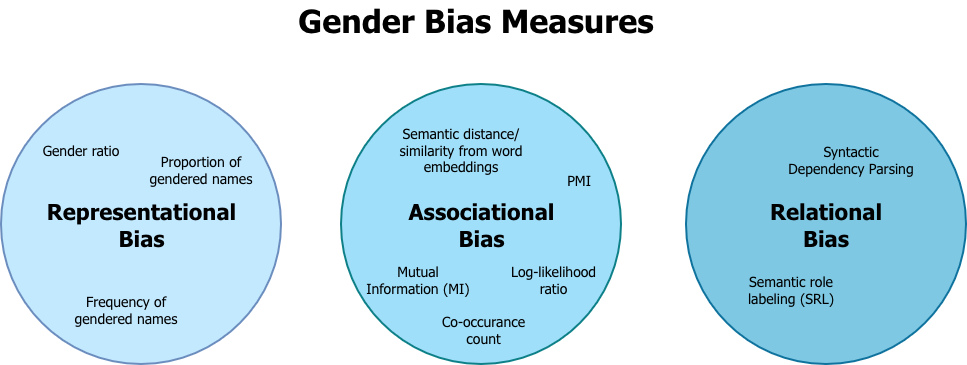
Idun9000/Gender-Stereotypes-in-LLM-generated-short-stories keeps this draw.io diagram as results/figures/raw_model_gender_bias_measures.drawio(1).png. Above is the earlier version. Source tidied: cells renumbered, new cells last; positions are measured from the earlier drawing's top-left corner, leaving out a move shared by most shapes. Source of this version:
```xml
<mxGraphModel>
  <root>
    <mxCell id="0" />
    <mxCell id="1" parent="0" />
    <mxCell id="2" value="&lt;font&gt;&lt;b&gt;&lt;font style=&quot;font-size: 32px;&quot;&gt;Gender Bias Measures&lt;/font&gt;&lt;/b&gt;&lt;/font&gt;" style="text;html=1;whiteSpace=wrap;strokeColor=none;fillColor=none;align=center;verticalAlign=middle;rounded=0;fontFamily=Tahoma;" parent="1" vertex="1">
      <mxGeometry x="275" width="400" height="30" as="geometry" />
    </mxCell>
    <mxCell id="3" style="ellipse;whiteSpace=wrap;html=1;fillColor=light-dark(#C3E9FF,#1D293B);strokeColor=#6c8ebf;strokeWidth=2;fontFamily=Tahoma;" parent="1" vertex="1">
      <mxGeometry y="80" width="280" height="280" as="geometry" />
    </mxCell>
    <mxCell id="4" style="ellipse;whiteSpace=wrap;html=1;fillColor=light-dark(#A0DFF9,#103C3F);strokeColor=#0e8088;strokeWidth=2;fontFamily=Tahoma;" parent="1" vertex="1">
      <mxGeometry x="340" y="80" width="280" height="280" as="geometry" />
    </mxCell>
    <mxCell id="5" style="ellipse;whiteSpace=wrap;html=1;fillColor=light-dark(#7EC8E3,#173D4D);strokeColor=#10739e;strokeWidth=2;fontFamily=Tahoma;" parent="1" vertex="1">
      <mxGeometry x="685" y="80" width="280" height="280" as="geometry" />
    </mxCell>
    <mxCell id="6" value="&lt;font style=&quot;font-size: 22px;&quot;&gt;&lt;b style=&quot;color: rgb(0, 0, 0);&quot;&gt;&lt;font&gt;Representational Bias&lt;/font&gt;&lt;/b&gt;&lt;/font&gt;" style="text;html=1;whiteSpace=wrap;strokeColor=none;fillColor=none;align=center;verticalAlign=middle;rounded=0;fontFamily=Tahoma;" parent="1" vertex="1">
      <mxGeometry x="52.5" y="205" width="175" height="30" as="geometry" />
    </mxCell>
    <mxCell id="7" value="&lt;font style=&quot;color: rgb(0, 0, 0); font-size: 22px;&quot;&gt;&lt;b&gt;Associational Bias&lt;/b&gt;&lt;/font&gt;" style="text;html=1;whiteSpace=wrap;strokeColor=none;fillColor=none;align=center;verticalAlign=middle;rounded=0;fontFamily=Tahoma;labelBorderColor=none;textShadow=0;labelBackgroundColor=none;fontStyle=0;" parent="1" vertex="1">
      <mxGeometry x="412.5" y="205" width="135" height="30" as="geometry" />
    </mxCell>
    <mxCell id="8" value="&lt;font style=&quot;color: rgb(0, 0, 0); font-size: 22px;&quot;&gt;&lt;b&gt;Relational Bias&lt;/b&gt;&lt;/font&gt;" style="text;html=1;whiteSpace=wrap;strokeColor=none;fillColor=none;align=center;verticalAlign=middle;rounded=0;fontFamily=Tahoma;" parent="1" vertex="1">
      <mxGeometry x="760" y="205" width="130" height="30" as="geometry" />
    </mxCell>
    <mxCell id="9" value="&lt;font style=&quot;font-size: 14px;&quot;&gt;Frequency of gendered names&lt;/font&gt;" style="text;html=1;whiteSpace=wrap;strokeColor=none;fillColor=none;align=center;verticalAlign=middle;rounded=0;fontFamily=Tahoma;" parent="1" vertex="1">
      <mxGeometry x="65" y="290" width="120" height="30" as="geometry" />
    </mxCell>
    <mxCell id="10" value="&lt;font style=&quot;font-size: 14px;&quot;&gt;Proportion of gendered names&lt;/font&gt;" style="text;html=1;whiteSpace=wrap;strokeColor=none;fillColor=none;align=center;verticalAlign=middle;rounded=0;fontFamily=Tahoma;" parent="1" vertex="1">
      <mxGeometry x="145" y="150" width="110" height="30" as="geometry" />
    </mxCell>
    <mxCell id="11" value="&lt;div&gt;&lt;font style=&quot;font-size: 14px;&quot;&gt;Gender ratio&lt;/font&gt;&lt;/div&gt;" style="text;html=1;whiteSpace=wrap;strokeColor=none;fillColor=none;align=center;verticalAlign=middle;rounded=0;fontFamily=Tahoma;" parent="1" vertex="1">
      <mxGeometry x="35" y="130" width="90" height="30" as="geometry" />
    </mxCell>
    <mxCell id="12" value="&lt;font style=&quot;font-size: 14px;&quot;&gt;PMI&lt;/font&gt;" style="text;html=1;whiteSpace=wrap;strokeColor=none;fillColor=none;align=center;verticalAlign=middle;rounded=0;fontFamily=Tahoma;" parent="1" vertex="1">
      <mxGeometry x="547.5" y="160" width="60" height="30" as="geometry" />
    </mxCell>
    <mxCell id="13" value="&lt;font style=&quot;font-size: 14px;&quot;&gt;Semantic distance/similarity from word embeddings&lt;/font&gt;" style="text;html=1;whiteSpace=wrap;strokeColor=none;fillColor=none;align=center;verticalAlign=middle;rounded=0;fontFamily=Tahoma;" parent="1" vertex="1">
      <mxGeometry x="390" y="130" width="140" height="30" as="geometry" />
    </mxCell>
    <mxCell id="14" value="&lt;font style=&quot;font-size: 14px;&quot;&gt;Mutual Information (MI)&lt;/font&gt;" style="text;html=1;whiteSpace=wrap;strokeColor=none;fillColor=none;align=center;verticalAlign=middle;rounded=0;fontFamily=Tahoma;" parent="1" vertex="1">
      <mxGeometry x="362" y="260" width="110" height="30" as="geometry" />
    </mxCell>
    <mxCell id="15" value="&lt;font style=&quot;font-size: 14px;&quot;&gt;Co-occurance count&lt;/font&gt;" style="text;html=1;whiteSpace=wrap;strokeColor=none;fillColor=none;align=center;verticalAlign=middle;rounded=0;fontFamily=Tahoma;" parent="1" vertex="1">
      <mxGeometry x="425" y="310" width="115" height="30" as="geometry" />
    </mxCell>
    <mxCell id="16" value="&lt;font style=&quot;font-size: 14px;&quot;&gt;Log-likelihood ratio&lt;/font&gt;" style="text;html=1;whiteSpace=wrap;strokeColor=none;fillColor=none;align=center;verticalAlign=middle;rounded=0;fontFamily=Tahoma;" parent="1" vertex="1">
      <mxGeometry x="505" y="260" width="95" height="30" as="geometry" />
    </mxCell>
    <mxCell id="17" value="&lt;div&gt;&lt;font style=&quot;font-size: 14px;&quot;&gt;Syntactic Dependency Parsing&lt;/font&gt;&lt;/div&gt;" style="text;html=1;whiteSpace=wrap;strokeColor=none;fillColor=none;align=center;verticalAlign=middle;rounded=0;fontFamily=Tahoma;" parent="1" vertex="1">
      <mxGeometry x="785" y="140" width="130" height="30" as="geometry" />
    </mxCell>
    <mxCell id="18" value="&lt;font style=&quot;font-size: 14px;&quot;&gt;Semantic role labeling (SRL)&lt;/font&gt;" style="text;html=1;whiteSpace=wrap;strokeColor=none;fillColor=none;align=center;verticalAlign=middle;rounded=0;fontFamily=Tahoma;" parent="1" vertex="1">
      <mxGeometry x="725" y="270" width="130" height="30" as="geometry" />
    </mxCell>
  </root>
</mxGraphModel>
```
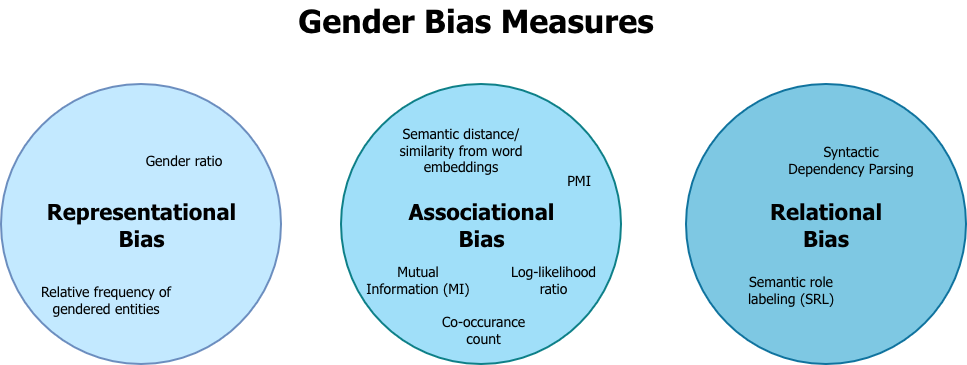
After the commit.

Diff of the diagram source:
```diff
@@ -23,14 +23,11 @@
     <mxCell id="8" value="&lt;font style=&quot;color: rgb(0, 0, 0); font-size: 22px;&quot;&gt;&lt;b&gt;Relational Bias&lt;/b&gt;&lt;/font&gt;" style="text;html=1;whiteSpace=wrap;strokeColor=none;fillColor=none;align=center;verticalAlign=middle;rounded=0;fontFamily=Tahoma;" parent="1" vertex="1">
       <mxGeometry x="760" y="205" width="130" height="30" as="geometry" />
     </mxCell>
-    <mxCell id="9" value="&lt;font style=&quot;font-size: 14px;&quot;&gt;Frequency of gendered names&lt;/font&gt;" style="text;html=1;whiteSpace=wrap;strokeColor=none;fillColor=none;align=center;verticalAlign=middle;rounded=0;fontFamily=Tahoma;" parent="1" vertex="1">
-      <mxGeometry x="65" y="290" width="120" height="30" as="geometry" />
+    <mxCell id="9" value="&lt;font style=&quot;font-size: 14px;&quot;&gt;Relative frequency of gendered entities&lt;/font&gt;" style="text;html=1;whiteSpace=wrap;strokeColor=none;fillColor=none;align=center;verticalAlign=middle;rounded=0;fontFamily=Tahoma;" parent="1" vertex="1">
+      <mxGeometry x="35" y="280" width="140" height="30" as="geometry" />
     </mxCell>
-    <mxCell id="10" value="&lt;font style=&quot;font-size: 14px;&quot;&gt;Proportion of gendered names&lt;/font&gt;" style="text;html=1;whiteSpace=wrap;strokeColor=none;fillColor=none;align=center;verticalAlign=middle;rounded=0;fontFamily=Tahoma;" parent="1" vertex="1">
-      <mxGeometry x="145" y="150" width="110" height="30" as="geometry" />
-    </mxCell>
     <mxCell id="11" value="&lt;div&gt;&lt;font style=&quot;font-size: 14px;&quot;&gt;Gender ratio&lt;/font&gt;&lt;/div&gt;" style="text;html=1;whiteSpace=wrap;strokeColor=none;fillColor=none;align=center;verticalAlign=middle;rounded=0;fontFamily=Tahoma;" parent="1" vertex="1">
-      <mxGeometry x="35" y="130" width="90" height="30" as="geometry" />
+      <mxGeometry x="137.5" y="140" width="90" height="30" as="geometry" />
     </mxCell>
     <mxCell id="12" value="&lt;font style=&quot;font-size: 14px;&quot;&gt;PMI&lt;/font&gt;" style="text;html=1;whiteSpace=wrap;strokeColor=none;fillColor=none;align=center;verticalAlign=middle;rounded=0;fontFamily=Tahoma;" parent="1" vertex="1">
       <mxGeometry x="547.5" y="160" width="60" height="30" as="geometry" />
```
